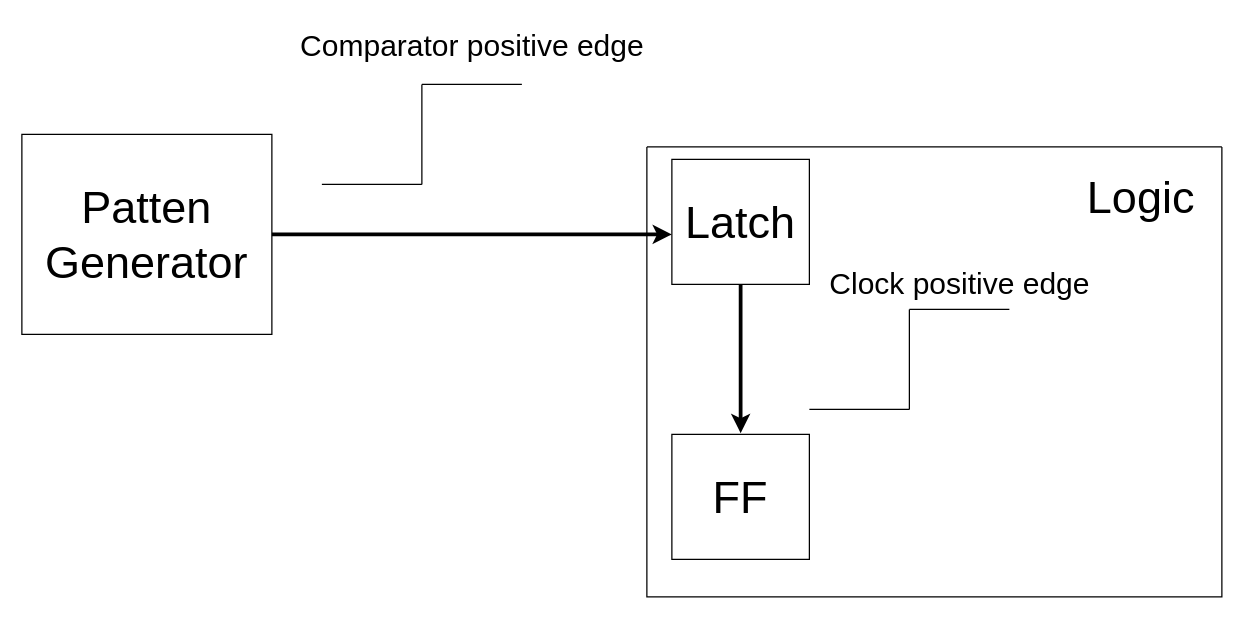
Earlier version of the draw.io diagram Diagrams/step4.drawio (sabarioded/Patterns_Project). Source tidied: cells renumbered, new cells numbered last; positions are measured from the earlier drawing's top-left corner, leaving out a move shared by most shapes. Both pictures are drawn from the tidied source at 125%, with x=0, y=0 at pixel (21, 21).
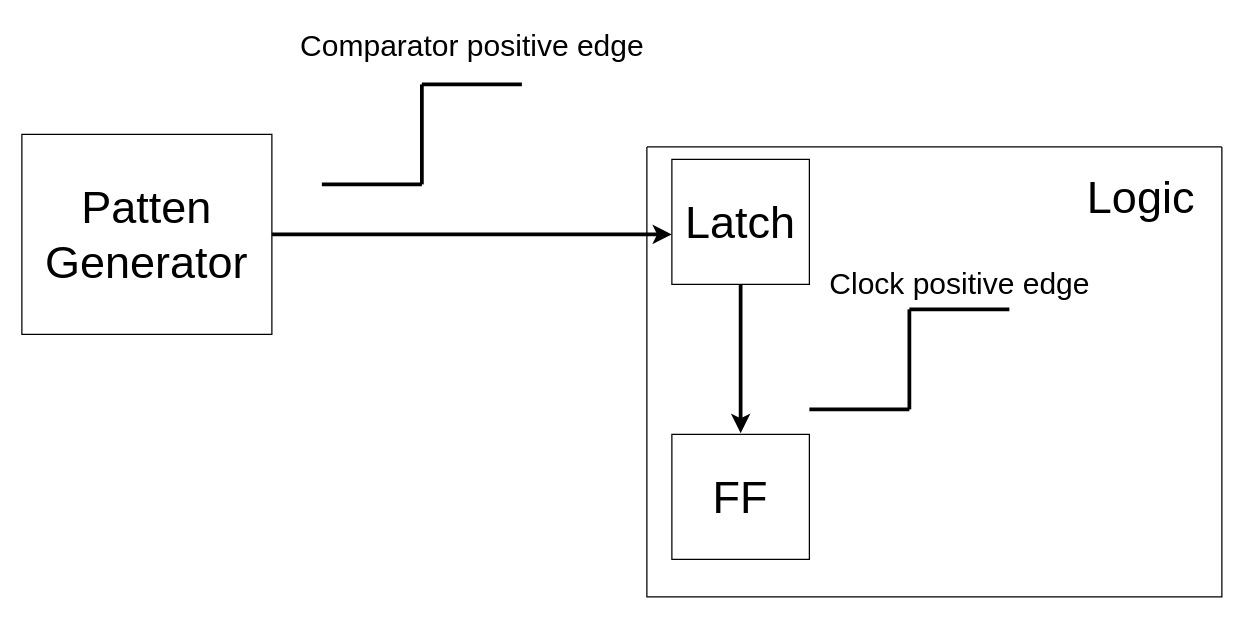
The same diagram, later.

Unchanged cells that the change refers to:
```xml
<mxCell id="4" style="swimlane;startSize=0;" parent="1" vertex="1">
  <mxGeometry x="500" y="100" width="460" height="360" as="geometry" />
</mxCell>
```

Change to the diagram source:
```diff
@@
-    <mxCell id="10" style="endArrow=none;html=1;rounded=0;" parent="4" edge="1">
+    <mxCell id="10" style="endArrow=none;html=1;rounded=0;strokeWidth=3;" parent="4" edge="1">
       <mxGeometry relative="1" as="geometry">
         <mxPoint x="130" y="210" as="sourcePoint" />
         <mxPoint x="210" y="210" as="targetPoint" />
       </mxGeometry>
     </mxCell>
-    <mxCell id="11" style="endArrow=none;html=1;rounded=0;" parent="4" edge="1">
+    <mxCell id="11" style="endArrow=none;html=1;rounded=0;strokeWidth=3;" parent="4" edge="1">
       <mxGeometry relative="1" as="geometry">
         <mxPoint x="210" y="210" as="sourcePoint" />
         <mxPoint x="210" y="130" as="targetPoint" />
       </mxGeometry>
     </mxCell>
-    <mxCell id="12" style="endArrow=none;html=1;rounded=0;" parent="4" edge="1">
+    <mxCell id="12" style="endArrow=none;html=1;rounded=0;strokeWidth=3;" parent="4" edge="1">
       <mxGeometry relative="1" as="geometry">
         <mxPoint x="210" y="130" as="sourcePoint" />
         <mxPoint x="290" y="130" as="targetPoint" />
       </mxGeometry>
     </mxCell>
@@
-    <mxCell id="14" style="endArrow=none;html=1;rounded=0;" parent="1" edge="1">
+    <mxCell id="14" style="endArrow=none;html=1;rounded=0;strokeWidth=3;" parent="1" edge="1">
       <mxGeometry relative="1" as="geometry">
         <mxPoint x="240" y="130" as="sourcePoint" />
         <mxPoint x="320" y="130" as="targetPoint" />
       </mxGeometry>
     </mxCell>
-    <mxCell id="15" style="endArrow=none;html=1;rounded=0;" parent="1" edge="1">
+    <mxCell id="15" style="endArrow=none;html=1;rounded=0;strokeWidth=3;" parent="1" edge="1">
       <mxGeometry relative="1" as="geometry">
         <mxPoint x="320" y="130" as="sourcePoint" />
         <mxPoint x="320" y="50" as="targetPoint" />
       </mxGeometry>
     </mxCell>
-    <mxCell id="16" style="endArrow=none;html=1;rounded=0;" parent="1" edge="1">
+    <mxCell id="16" style="endArrow=none;html=1;rounded=0;strokeWidth=3;" parent="1" edge="1">
       <mxGeometry relative="1" as="geometry">
         <mxPoint x="320" y="50" as="sourcePoint" />
         <mxPoint x="400" y="50" as="targetPoint" />
       </mxGeometry>
     </mxCell>
```
